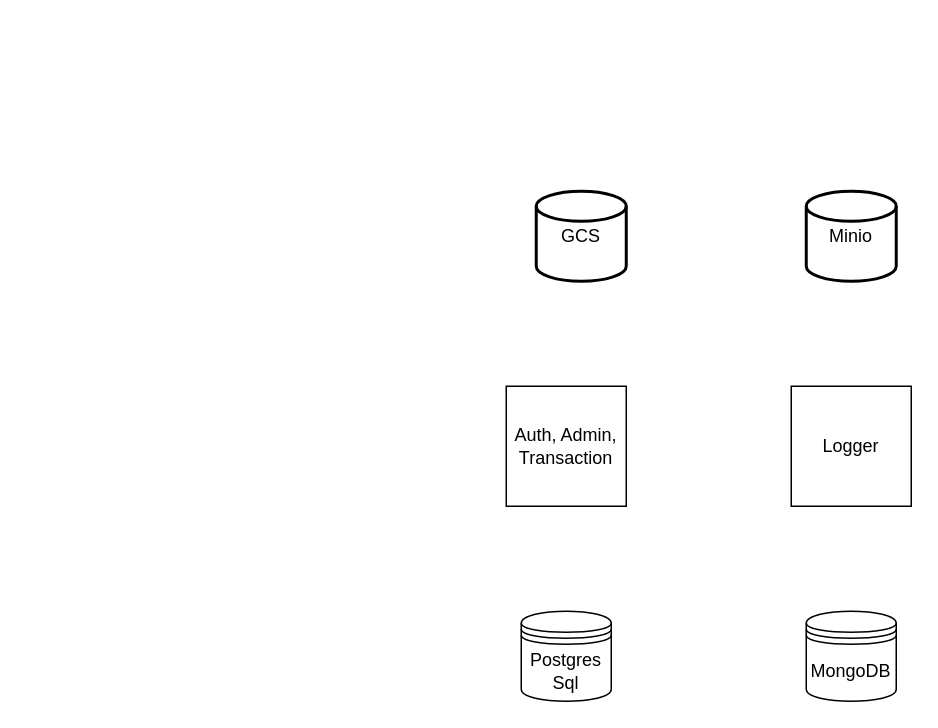
This is bpm_mydx_architecture.drawio from joeinus134131/OnlineDiagramProject, a draw.io file, before an edit. Source tidied: cells renumbered, new cells numbered last; positions are measured from the earlier drawing's top-left corner, leaving out a move shared by most shapes. Both pictures are drawn from the tidied source at 150%, with x=0, y=0 at pixel (506, 190).
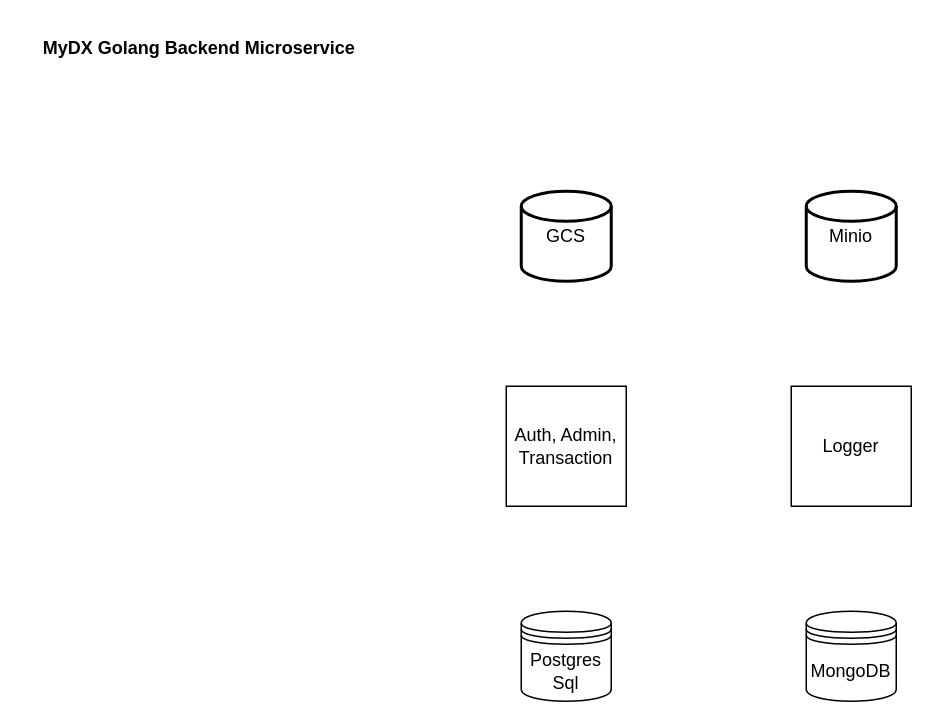
Above is the later version.

Change to the diagram source:
```diff
@@
 <mxGraphModel>
   <root>
     <mxCell id="0" />
     <mxCell id="1" parent="0" />
     <mxCell id="2" value="MongoDB" style="shape=datastore;whiteSpace=wrap;html=1;" parent="1" vertex="1">
       <mxGeometry x="200" y="280" width="60" height="60" as="geometry" />
     </mxCell>
     <mxCell id="3" value="Postgres&lt;div&gt;Sql&lt;/div&gt;" style="shape=datastore;whiteSpace=wrap;html=1;" parent="1" vertex="1">
       <mxGeometry x="10" y="280" width="60" height="60" as="geometry" />
     </mxCell>
     <mxCell id="4" value="Logger" style="whiteSpace=wrap;html=1;" parent="1" vertex="1">
       <mxGeometry x="190" y="130" width="80" height="80" as="geometry" />
     </mxCell>
     <mxCell id="5" value="Minio" style="strokeWidth=2;html=1;shape=mxgraph.flowchart.database;whiteSpace=wrap;" parent="1" vertex="1">
       <mxGeometry x="200" width="60" height="60" as="geometry" />
     </mxCell>
     <mxCell id="6" value="GCS" style="strokeWidth=2;html=1;shape=mxgraph.flowchart.database;whiteSpace=wrap;" parent="1" vertex="1">
-      <mxGeometry x="20" width="60" height="60" as="geometry" />
+      <mxGeometry x="10" width="60" height="60" as="geometry" />
     </mxCell>
     <mxCell id="7" value="Auth, Admin, Transaction" style="whiteSpace=wrap;html=1;" parent="1" vertex="1">
       <mxGeometry y="130" width="80" height="80" as="geometry" />
     </mxCell>
+    <mxCell id="8" value="&lt;b&gt;MyDX Golang Backend Microservice&lt;/b&gt;" style="text;html=1;align=center;verticalAlign=middle;strokeColor=none;fillColor=none;" parent="1" vertex="1">
+      <mxGeometry x="-320" y="-110" width="230" height="30" as="geometry" />
+    </mxCell>
   </root>
 </mxGraphModel>
```
